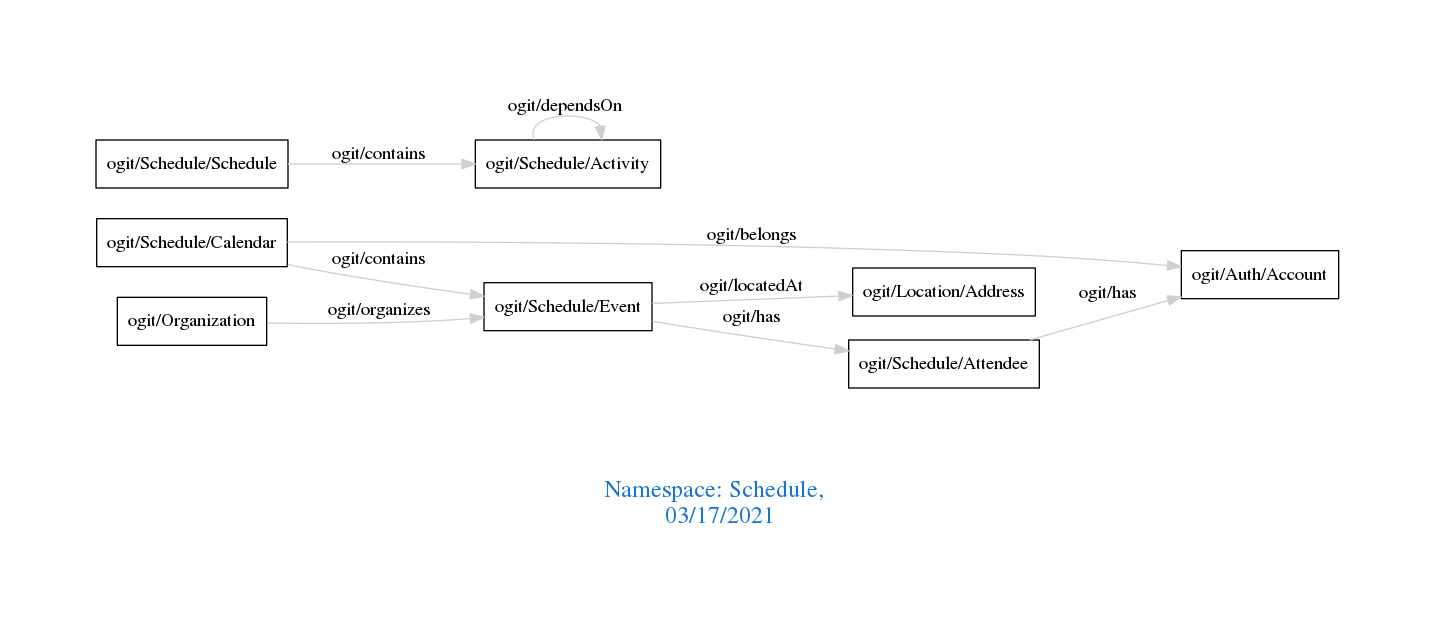
Earlier version of the Graphviz export downloads/Schedule.png (arago/OGIT). Its source is kept beside it as downloads/Schedule.dot.
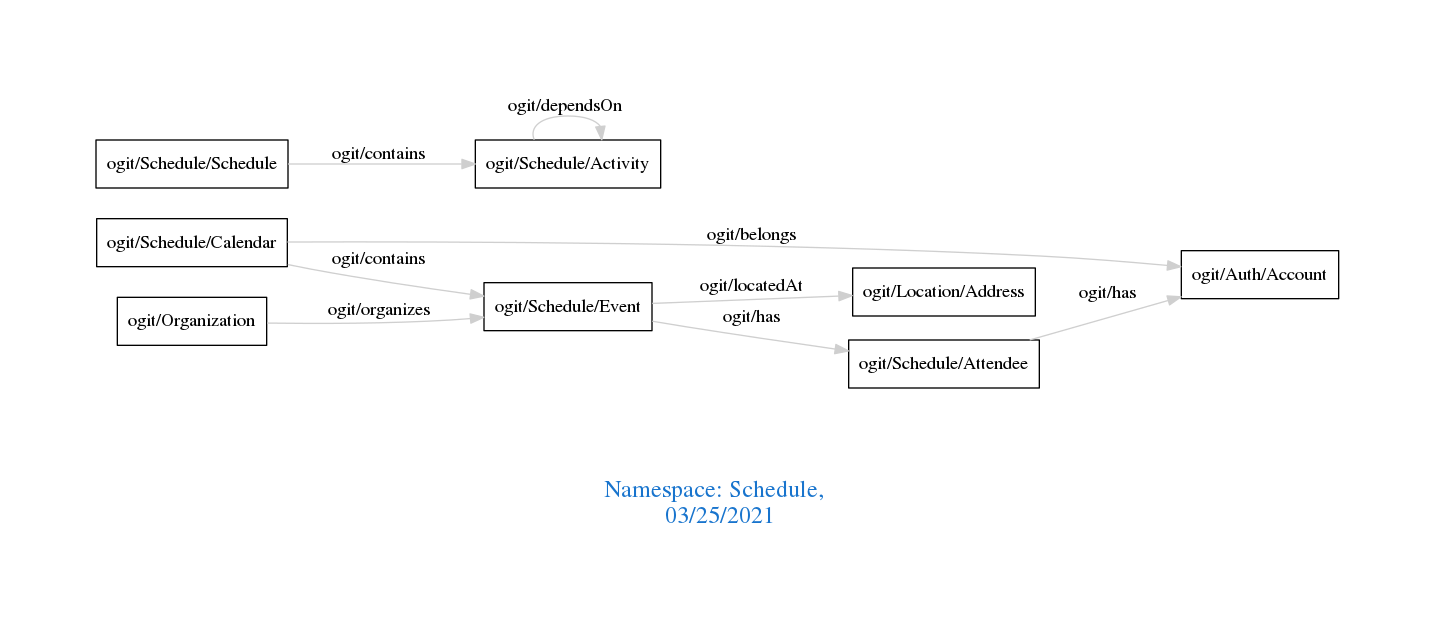
Later version of the same file.

The edit, as a diff of the source:
```diff
@@ -1,7 +1,7 @@
 digraph OGIT_ontology {
  graph [ rankdir= LR,pad=1
 fontsize = 18,
-fontcolor= dodgerblue3,label = "\n\n\nNamespace: Schedule, \n 03/17/2021"];
+fontcolor= dodgerblue3,label = "\n\n\nNamespace: Schedule, \n 03/25/2021"];
 node[shape=polygon];
 edge [  color="gray81"];
 
```
